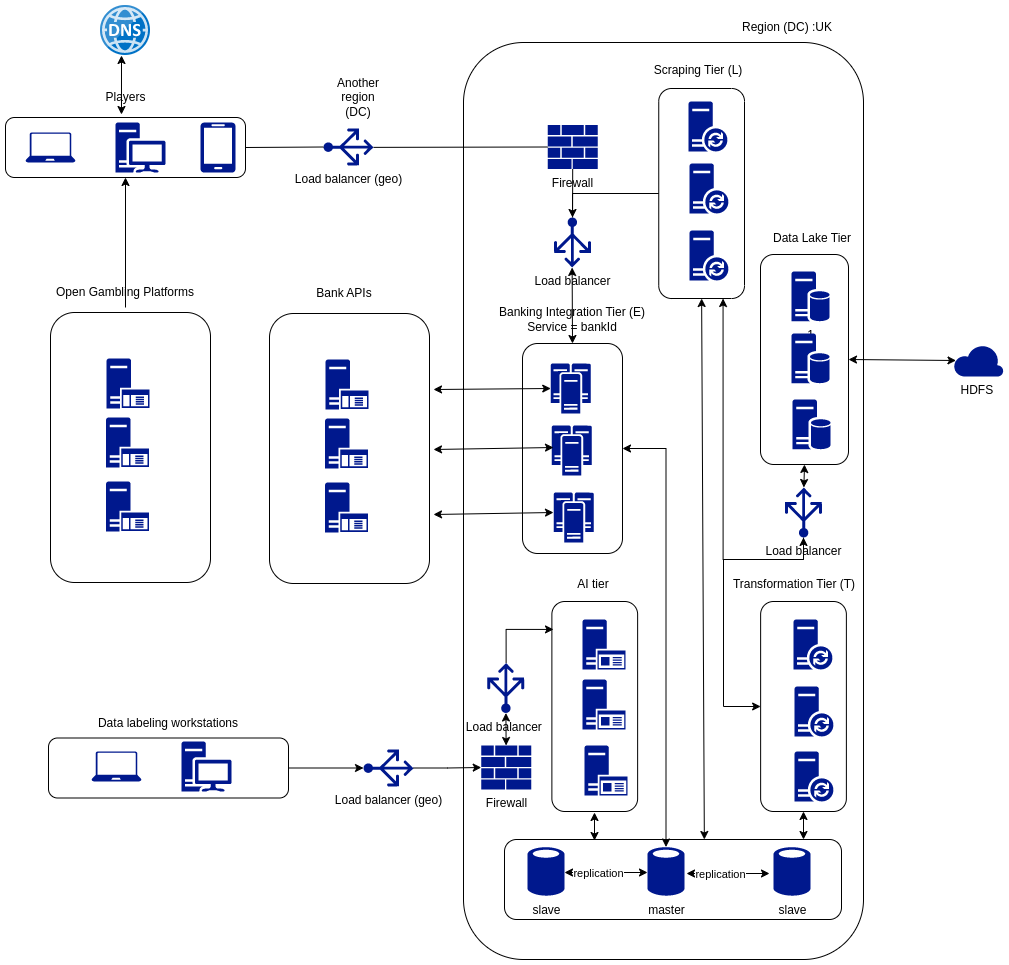
This is pictures/player_risk_score.drawio.png from hkravtsov/affordability, a draw.io export, as it was before one commit. Source tidied: cells renumbered, new cells last; positions are measured from the earlier drawing's top-left corner, leaving out a move shared by most shapes.
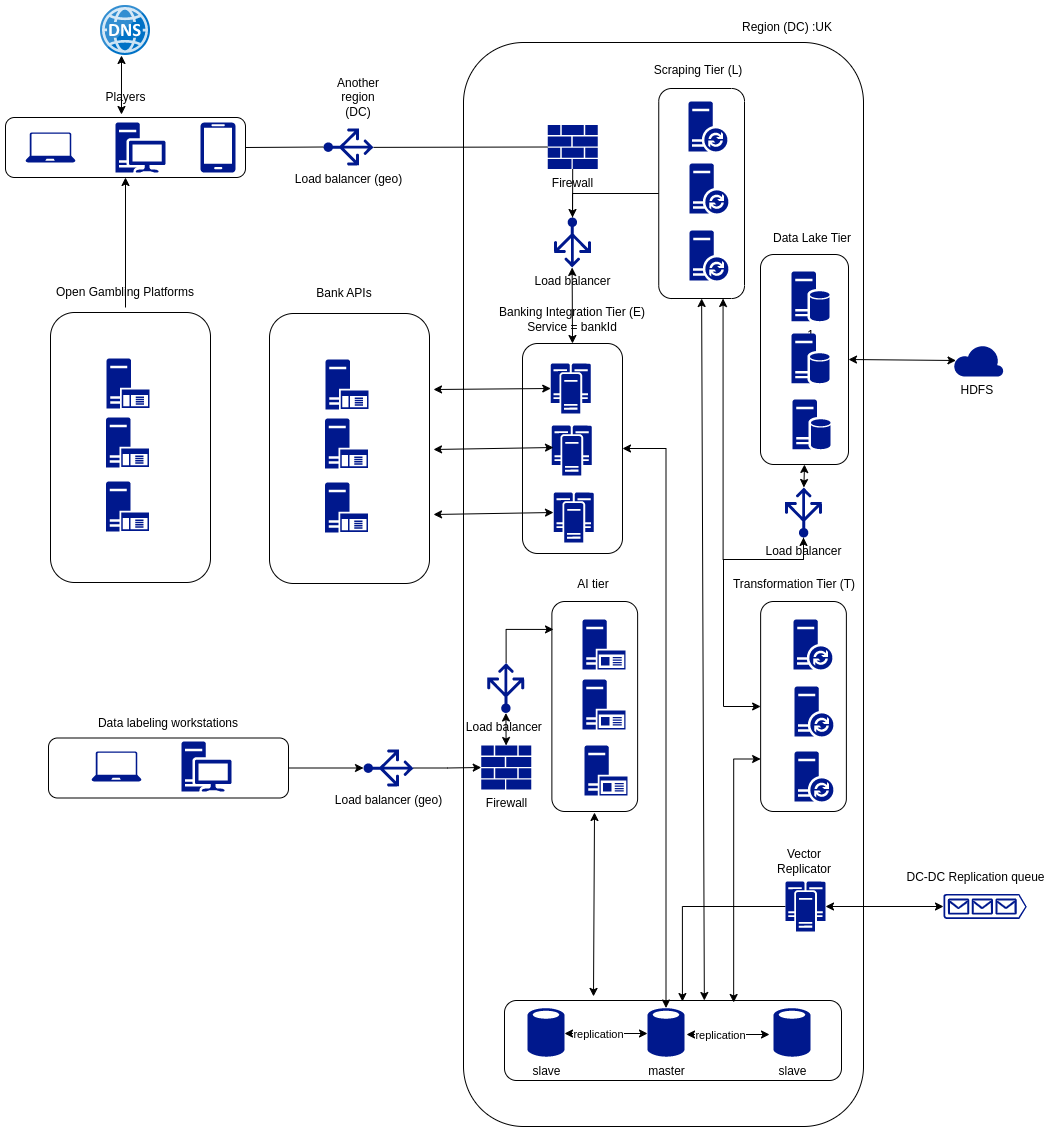
The same file after the commit.

Commit message:
Architectural design - 4

Diff of the diagram source:
```diff
@@ -3,7 +3,7 @@
     <mxCell id="0" />
     <mxCell id="1" parent="0" />
     <mxCell id="2" style="rounded=1;whiteSpace=wrap;html=1;" parent="1" vertex="1">
-      <mxGeometry x="458" y="37" width="400" height="917" as="geometry" />
+      <mxGeometry x="458" y="37" width="400" height="1084" as="geometry" />
     </mxCell>
     <mxCell id="3" style="rounded=1;whiteSpace=wrap;html=1;" parent="1" vertex="1">
       <mxGeometry x="264" y="308" width="160" height="270" as="geometry" />
@@ -103,21 +103,21 @@
       <mxGeometry x="90" y="77" width="60" height="30" as="geometry" />
     </mxCell>
     <mxCell id="32" style="rounded=1;whiteSpace=wrap;html=1;" parent="1" vertex="1">
-      <mxGeometry x="499" y="834" width="337" height="80" as="geometry" />
+      <mxGeometry x="499" y="995" width="337" height="80" as="geometry" />
     </mxCell>
     <mxCell id="33" value="slave" style="sketch=0;shadow=0;dashed=0;html=1;strokeColor=none;labelPosition=center;verticalLabelPosition=bottom;verticalAlign=top;align=center;fillColor=#00188D;shape=mxgraph.mscae.enterprise.database_generic;" parent="1" vertex="1">
-      <mxGeometry x="522" y="841" width="37" height="50" as="geometry" />
+      <mxGeometry x="522" y="1002" width="37" height="50" as="geometry" />
     </mxCell>
     <mxCell id="34" value="master" style="sketch=0;shadow=0;dashed=0;html=1;strokeColor=none;labelPosition=center;verticalLabelPosition=bottom;verticalAlign=top;align=center;fillColor=#00188D;shape=mxgraph.mscae.enterprise.database_generic;" parent="1" vertex="1">
-      <mxGeometry x="642" y="841" width="37" height="50" as="geometry" />
+      <mxGeometry x="642" y="1002" width="37" height="50" as="geometry" />
     </mxCell>
     <mxCell id="35" value="slave" style="sketch=0;shadow=0;dashed=0;html=1;strokeColor=none;labelPosition=center;verticalLabelPosition=bottom;verticalAlign=top;align=center;fillColor=#00188D;shape=mxgraph.mscae.enterprise.database_generic;" parent="1" vertex="1">
-      <mxGeometry x="768" y="841" width="37" height="50" as="geometry" />
+      <mxGeometry x="768" y="1002" width="37" height="50" as="geometry" />
     </mxCell>
     <mxCell id="36" style="endArrow=classic;startArrow=classic;html=1;rounded=0;exitX=1;exitY=0.5;exitDx=0;exitDy=0;exitPerimeter=0;entryX=0;entryY=0.5;entryDx=0;entryDy=0;entryPerimeter=0;" parent="1" edge="1">
       <mxGeometry relative="1" as="geometry">
-        <mxPoint x="559" y="867" as="sourcePoint" />
-        <mxPoint x="642" y="867" as="targetPoint" />
+        <mxPoint x="559" y="1028" as="sourcePoint" />
+        <mxPoint x="642" y="1028" as="targetPoint" />
       </mxGeometry>
     </mxCell>
     <mxCell id="37" value="replication" style="edgeLabel;html=1;align=center;verticalAlign=middle;" parent="36" vertex="1">
@@ -125,8 +125,8 @@
     </mxCell>
     <mxCell id="38" style="endArrow=classic;startArrow=classic;html=1;rounded=0;exitX=1;exitY=0.5;exitDx=0;exitDy=0;exitPerimeter=0;entryX=0;entryY=0.5;entryDx=0;entryDy=0;entryPerimeter=0;" parent="1" edge="1">
       <mxGeometry relative="1" as="geometry">
-        <mxPoint x="681" y="868" as="sourcePoint" />
-        <mxPoint x="764" y="868" as="targetPoint" />
+        <mxPoint x="681" y="1029" as="sourcePoint" />
+        <mxPoint x="764" y="1029" as="targetPoint" />
       </mxGeometry>
     </mxCell>
     <mxCell id="39" value="replication" style="edgeLabel;html=1;align=center;verticalAlign=middle;" parent="38" vertex="1">
@@ -251,14 +251,8 @@
     <mxCell id="75" value="AI tier" style="text;html=1;align=center;verticalAlign=middle;whiteSpace=wrap;rounded=0;" parent="1" vertex="1">
       <mxGeometry x="502.5" y="564" width="170" height="30" as="geometry" />
     </mxCell>
-    <mxCell id="76" style="endArrow=classic;html=1;rounded=0;entryX=0.5;entryY=1;entryDx=0;entryDy=0;startArrow=classic;startFill=1;endFill=1;" parent="1" edge="1" target="57">
-      <mxGeometry relative="1" as="geometry">
-        <mxPoint x="798" y="834" as="sourcePoint" />
-      </mxGeometry>
-    </mxCell>
-    <mxCell id="77" style="endArrow=classic;html=1;rounded=0;entryX=0.5;entryY=1;entryDx=0;entryDy=0;startArrow=classic;startFill=1;endFill=1;" parent="1" edge="1">
+    <mxCell id="77" style="endArrow=classic;html=1;rounded=0;entryX=0.5;entryY=1;entryDx=0;entryDy=0;startArrow=classic;startFill=1;endFill=1;exitX=0.325;exitY=0.88;exitDx=0;exitDy=0;exitPerimeter=0;" parent="1" edge="1" source="2">
       <mxGeometry relative="1" as="geometry">
-        <mxPoint x="589" y="835" as="sourcePoint" />
         <mxPoint x="589" y="807" as="targetPoint" />
       </mxGeometry>
     </mxCell>
@@ -299,5 +293,26 @@
     <mxCell id="88" value="Data labeling workstations" style="text;html=1;align=center;verticalAlign=middle;whiteSpace=wrap;rounded=0;" parent="1" vertex="1">
       <mxGeometry x="58" y="703" width="210" height="30" as="geometry" />
     </mxCell>
+    <mxCell id="89" style="sketch=0;shadow=0;dashed=0;html=1;strokeColor=none;labelPosition=center;verticalLabelPosition=bottom;verticalAlign=top;align=center;fillColor=#00188D;shape=mxgraph.azure.queue_generic;" parent="1" vertex="1">
+      <mxGeometry x="938" y="888.5" width="83.3" height="25" as="geometry" />
+    </mxCell>
+    <mxCell id="90" value="DC-DC Replication queue" style="text;html=1;align=center;verticalAlign=middle;strokeColor=none;fillColor=none;" parent="1" vertex="1">
+      <mxGeometry x="890" y="857" width="160" height="30" as="geometry" />
+    </mxCell>
+    <mxCell id="91" style="edgeStyle=orthogonalEdgeStyle;rounded=0;jettySize=auto;html=1;exitX=0;exitY=0.75;exitDx=0;exitDy=0;entryX=0.68;entryY=0.025;entryDx=0;entryDy=0;entryPerimeter=0;startArrow=classic;startFill=1;" parent="1" edge="1" source="57" target="32">
+      <mxGeometry relative="1" as="geometry" />
+    </mxCell>
+    <mxCell id="92" style="edgeStyle=orthogonalEdgeStyle;rounded=0;jettySize=auto;html=1;entryX=0.528;entryY=0.013;entryDx=0;entryDy=0;exitX=0;exitY=0.5;exitDx=0;exitDy=0;exitPerimeter=0;entryPerimeter=0;" parent="1" edge="1" source="93" target="32">
+      <mxGeometry relative="1" as="geometry" />
+    </mxCell>
+    <mxCell id="93" style="sketch=0;shadow=0;dashed=0;html=1;strokeColor=none;labelPosition=center;verticalLabelPosition=bottom;verticalAlign=top;align=center;fillColor=#00188D;shape=mxgraph.mscae.enterprise.cluster_server;" parent="1" vertex="1">
+      <mxGeometry x="780" y="876" width="40" height="50" as="geometry" />
+    </mxCell>
+    <mxCell id="94" style="edgeStyle=none;rounded=0;jettySize=auto;html=1;exitX=1;exitY=0.5;exitDx=0;exitDy=0;exitPerimeter=0;entryX=0;entryY=0.5;entryDx=0;entryDy=0;entryPerimeter=0;startArrow=classic;startFill=1;" parent="1" edge="1" source="93" target="89">
+      <mxGeometry relative="1" as="geometry" />
+    </mxCell>
+    <mxCell id="95" value="Vector Replicator" style="text;html=1;align=center;verticalAlign=middle;whiteSpace=wrap;rounded=0;" parent="1" vertex="1">
+      <mxGeometry x="769" y="841" width="60" height="30" as="geometry" />
+    </mxCell>
   </root>
 </mxGraphModel>
```
